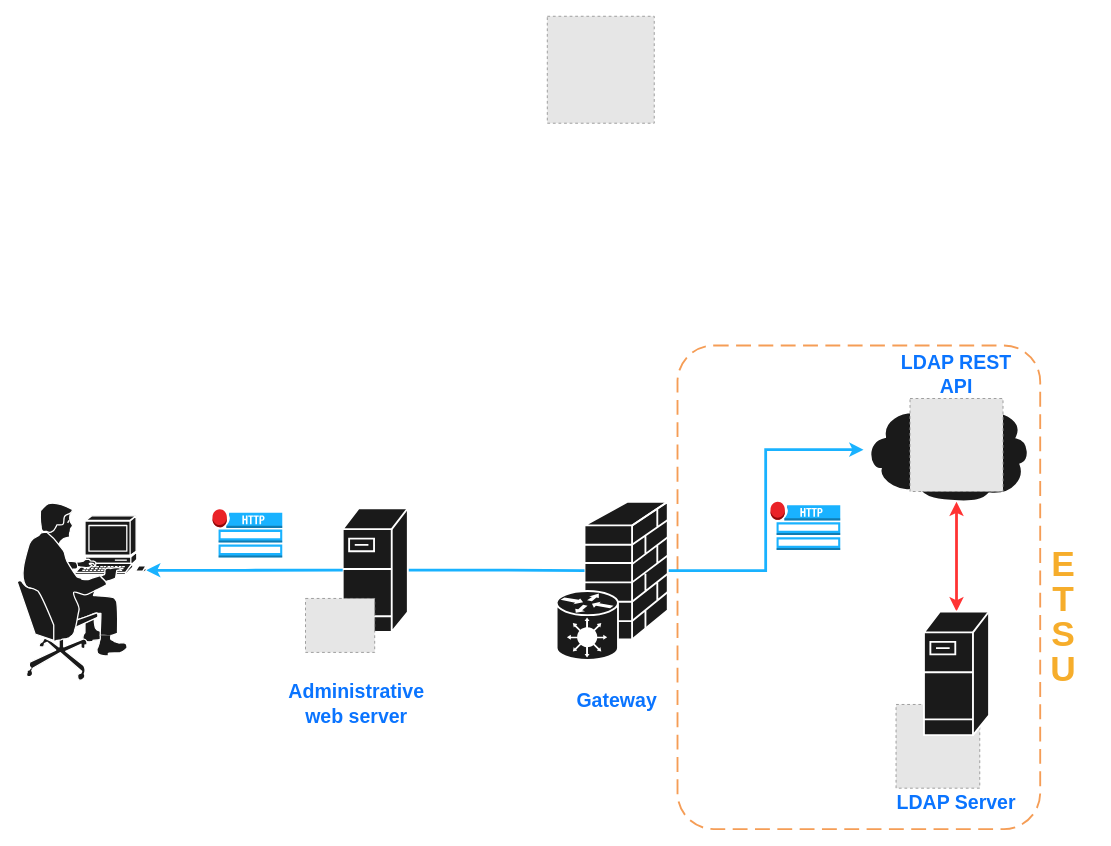
The draw.io diagram LDAP API and admin web client.drawio in haasr/ia-diagrams, before the edit. Source tidied: cells renumbered, new cells numbered last; positions are measured from the earlier drawing's top-left corner, leaving out a move shared by most shapes. Both pictures are drawn from the tidied source at 93%, with x=0, y=0 at pixel (17, 16). Pictures stored in the file or linked from it are replaced by grey dashed boxes.
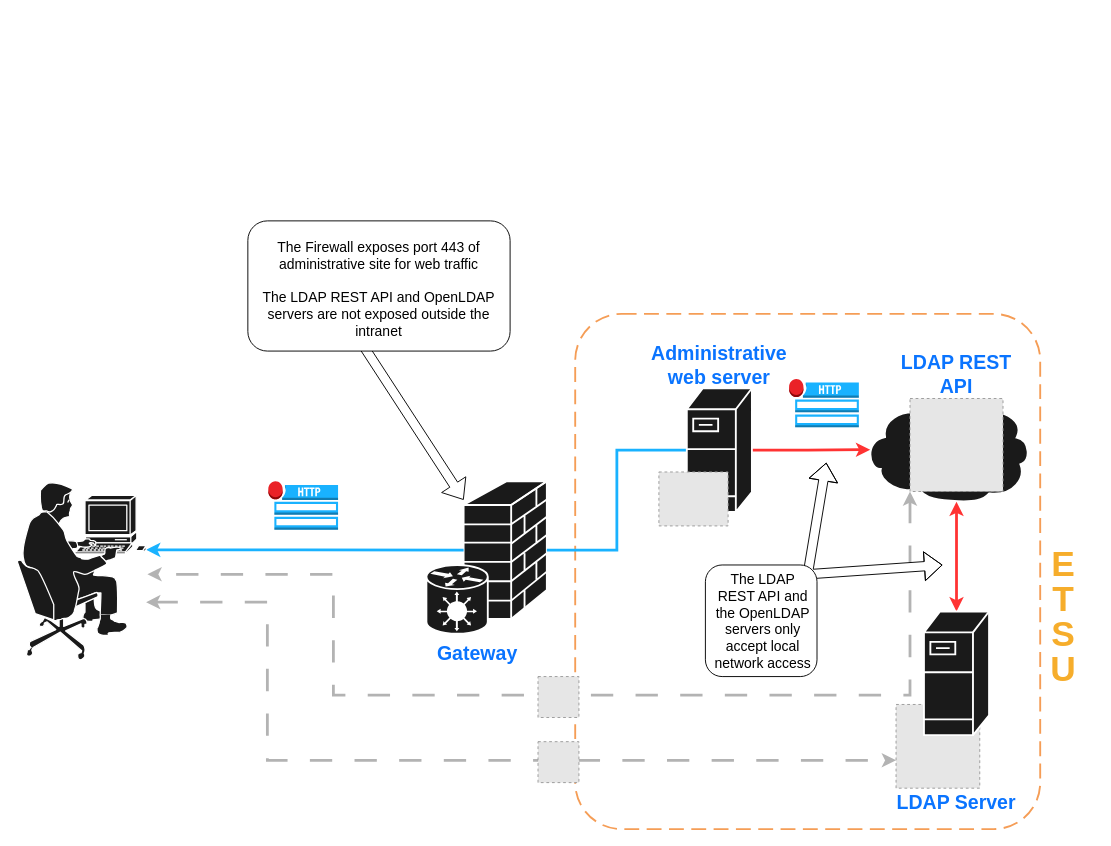
After the change.

Unchanged cells that the change refers to:
```xml
<mxCell id="4" style="shape=mxgraph.cisco.storage.cloud;sketch=0;html=1;dashed=0;fillColor=#1A1A1A;strokeColor=#ffffff;strokeWidth=2;verticalLabelPosition=bottom;verticalAlign=top;align=center;outlineConnect=0;" parent="1" vertex="1">
  <mxGeometry x="910" y="410" width="180" height="112" as="geometry" />
</mxCell>
<mxCell id="14" style="fillColor=#E6E6E6;strokeColor=#999999;dashed=1;verticalLabelPosition=bottom;labelBackgroundColor=default;verticalAlign=top;" parent="1" vertex="1">
  <mxGeometry x="960" y="411" width="100" height="100" as="geometry" />
</mxCell>
```

What changed in the source:
```diff
@@
+    <mxCell id="24" style="edgeStyle=orthogonalEdgeStyle;rounded=0;jettySize=auto;html=1;strokeWidth=3;strokeColor=#B3B3B3;dashed=1;dashPattern=8 8;startArrow=classic;startFill=1;" parent="1" edge="1" source="14" target="13">
+      <mxGeometry relative="1" as="geometry">
+        <Array as="points">
+          <mxPoint x="960" y="730" />
+          <mxPoint x="340" y="730" />
+          <mxPoint x="340" y="600" />
+        </Array>
+      </mxGeometry>
+    </mxCell>
     <mxCell id="2" style="rounded=1;arcSize=10;dashed=1;strokeColor=#F59D56;fillColor=none;gradientColor=none;dashPattern=8 4;strokeWidth=2;" parent="1" vertex="1">
-      <mxGeometry x="710" y="354" width="390" height="520" as="geometry" />
+      <mxGeometry x="600" y="320" width="500" height="554" as="geometry" />
     </mxCell>
-    <mxCell id="3" style="fillColor=#E6E6E6;strokeColor=#999999;dashed=1;verticalLabelPosition=bottom;labelBackgroundColor=default;verticalAlign=top;" parent="1" vertex="1">
-      <mxGeometry x="945" y="740" width="90" height="90" as="geometry" />
-    </mxCell>
+    <mxCell id="25" style="shape=flexArrow;endArrow=classic;startArrow=classic;html=1;rounded=0;fillColor=#FFFFFF;" parent="1" edge="1">
+      <mxGeometry relative="1" as="geometry">
+        <mxPoint x="995" y="590" as="sourcePoint" />
+        <mxPoint x="870" y="480" as="targetPoint" />
+        <Array as="points">
+          <mxPoint x="850" y="600" />
+          <mxPoint x="870" y="480" />
+        </Array>
+      </mxGeometry>
+    </mxCell>
+    <mxCell id="26" style="rounded=1;whiteSpace=wrap;html=1;" parent="1" vertex="1">
+      <mxGeometry x="740" y="590" width="120" height="120" as="geometry" />
+    </mxCell>
+    <mxCell id="27" style="shape=flexArrow;endArrow=classic;html=1;rounded=0;fillColor=#FFFFFF;" parent="1" edge="1">
+      <mxGeometry relative="1" as="geometry">
+        <mxPoint x="370" y="351" as="sourcePoint" />
+        <mxPoint x="480" y="520" as="targetPoint" />
+      </mxGeometry>
+    </mxCell>
+    <mxCell id="28" style="rounded=1;whiteSpace=wrap;html=1;" parent="1" vertex="1">
+      <mxGeometry x="248" y="220" width="282" height="140" as="geometry" />
+    </mxCell>
@@
     <mxCell id="5" style="dashed=0;verticalLabelPosition=bottom;verticalAlign=top;align=center;html=1;shape=mxgraph.aws3.http_notification;fillColor=#19B2FF;gradientColor=none;" parent="1" vertex="1">
-      <mxGeometry x="210" y="530" width="75" height="52" as="geometry" />
+      <mxGeometry x="270" y="500" width="75" height="52" as="geometry" />
     </mxCell>
-    <mxCell id="6" style="edgeStyle=orthogonalEdgeStyle;rounded=0;jettySize=auto;html=1;exitX=1;exitY=0.5;exitDx=0;exitDy=0;exitPerimeter=0;strokeColor=#19B2FF;strokeWidth=3;" parent="1" edge="1" source="7" target="4">
+    <mxCell id="6" style="edgeStyle=orthogonalEdgeStyle;rounded=0;jettySize=auto;html=1;exitX=1;exitY=0.5;exitDx=0;exitDy=0;exitPerimeter=0;strokeColor=#FF3333;strokeWidth=3;entryX=0.04;entryY=0.5;entryDx=0;entryDy=0;entryPerimeter=0;" parent="1" edge="1" source="10" target="4">
       <mxGeometry relative="1" as="geometry" />
     </mxCell>
     <mxCell id="7" style="shape=mxgraph.cisco.security.firewall;sketch=0;html=1;dashed=0;fillColor=#1A1A1A;strokeColor=#ffffff;strokeWidth=2;verticalLabelPosition=bottom;verticalAlign=top;align=center;outlineConnect=0;" parent="1" vertex="1">
-      <mxGeometry x="610" y="522" width="89.5" height="148" as="geometry" />
+      <mxGeometry x="480" y="500" width="89.5" height="148" as="geometry" />
     </mxCell>
     <mxCell id="8" style="shape=mxgraph.cisco.hubs_and_gateways.generic_gateway;sketch=0;html=1;dashed=0;fillColor=#1A1A1A;strokeColor=#ffffff;strokeWidth=2;verticalLabelPosition=bottom;verticalAlign=top;align=center;" parent="1" vertex="1">
-      <mxGeometry x="580" y="618" width="66" height="74" as="geometry" />
+      <mxGeometry x="440" y="590" width="66" height="74" as="geometry" />
     </mxCell>
-    <mxCell id="9" style="edgeStyle=orthogonalEdgeStyle;rounded=0;jettySize=auto;html=1;exitX=1;exitY=0.5;exitDx=0;exitDy=0;exitPerimeter=0;entryX=0;entryY=0.5;entryDx=0;entryDy=0;entryPerimeter=0;endArrow=none;endFill=0;strokeWidth=3;strokeColor=#19B2FF;" parent="1" edge="1" source="10" target="7">
-      <mxGeometry relative="1" as="geometry" />
-    </mxCell>
-    <mxCell id="10" style="shape=mxgraph.cisco.servers.fileserver;sketch=0;html=1;dashed=0;fillColor=#1A1A1A;strokeColor=#ffffff;strokeWidth=2;verticalLabelPosition=bottom;verticalAlign=top;align=center;outlineConnect=0;" parent="1" vertex="1">
-      <mxGeometry x="350" y="529" width="70" height="133" as="geometry" />
-    </mxCell>
-    <mxCell id="11" style="fillColor=#E6E6E6;strokeColor=#999999;dashed=1;verticalLabelPosition=bottom;labelBackgroundColor=default;verticalAlign=top;" parent="1" vertex="1">
-      <mxGeometry x="310" y="626" width="74.4" height="58" as="geometry" />
-    </mxCell>
-    <mxCell id="12" style="edgeStyle=orthogonalEdgeStyle;rounded=0;jettySize=auto;html=1;exitX=0.99;exitY=0.38;exitDx=0;exitDy=0;exitPerimeter=0;startArrow=classic;startFill=1;strokeColor=#19B2FF;strokeWidth=3;endArrow=none;endFill=0;" parent="1" edge="1" source="13" target="10">
-      <mxGeometry relative="1" as="geometry" />
-    </mxCell>
+    <mxCell id="29" style="edgeStyle=orthogonalEdgeStyle;rounded=0;jettySize=auto;html=1;exitX=0.99;exitY=0.38;exitDx=0;exitDy=0;exitPerimeter=0;entryX=0;entryY=0.5;entryDx=0;entryDy=0;entryPerimeter=0;endArrow=none;endFill=0;startArrow=classic;startFill=1;strokeWidth=3;strokeColor=#19B2FF;" parent="1" edge="1" source="13" target="7">
+      <mxGeometry relative="1" as="geometry" />
+    </mxCell>
+    <mxCell id="30" style="edgeStyle=orthogonalEdgeStyle;rounded=0;jettySize=auto;html=1;startArrow=classic;startFill=1;strokeWidth=3;strokeColor=#B3B3B3;dashed=1;dashPattern=8 8;" parent="1" edge="1" target="3">
+      <mxGeometry relative="1" as="geometry">
+        <mxPoint x="138.6" y="630" as="sourcePoint" />
+        <Array as="points">
+          <mxPoint x="269" y="630" />
+          <mxPoint x="269" y="800" />
+        </Array>
+      </mxGeometry>
+    </mxCell>
     <mxCell id="13" style="shape=mxgraph.cisco.people.pc_man;sketch=0;html=1;dashed=0;fillColor=#1A1A1A;strokeColor=#ffffff;strokeWidth=2;verticalLabelPosition=bottom;verticalAlign=top;align=center;outlineConnect=0;" parent="1" vertex="1">
-      <mxGeometry y="522" width="140" height="194" as="geometry" />
+      <mxGeometry y="500" width="140" height="194" as="geometry" />
     </mxCell>
@@
     <mxCell id="15" value="&lt;font color=&quot;#0a74ff&quot; style=&quot;font-size: 21px;&quot;&gt;&lt;b&gt;Administrative web server&lt;/b&gt;&lt;/font&gt;" style="text;html=1;strokeColor=none;fillColor=none;align=center;verticalAlign=middle;whiteSpace=wrap;rounded=0;" parent="1" vertex="1">
-      <mxGeometry x="300" y="724" width="130" height="30" as="geometry" />
+      <mxGeometry x="690" y="360" width="130" height="30" as="geometry" />
     </mxCell>
     <mxCell id="16" value="&lt;font color=&quot;#0a74ff&quot; style=&quot;font-size: 21px;&quot;&gt;&lt;b&gt;Gateway&lt;/b&gt;&lt;/font&gt;" style="text;html=1;strokeColor=none;fillColor=none;align=center;verticalAlign=middle;whiteSpace=wrap;rounded=0;" parent="1" vertex="1">
-      <mxGeometry x="580" y="720" width="130" height="30" as="geometry" />
+      <mxGeometry x="430" y="670" width="130" height="30" as="geometry" />
     </mxCell>
@@
+    <mxCell id="22" style="dashed=0;verticalLabelPosition=bottom;verticalAlign=top;align=center;html=1;shape=mxgraph.aws3.http_notification;fillColor=#19B2FF;gradientColor=none;" parent="1" vertex="1">
+      <mxGeometry x="830" y="390" width="75" height="52" as="geometry" />
+    </mxCell>
+    <mxCell id="31" style="edgeStyle=orthogonalEdgeStyle;rounded=0;jettySize=auto;html=1;exitX=1;exitY=0.5;exitDx=0;exitDy=0;exitPerimeter=0;strokeColor=#19B2FF;strokeWidth=3;entryX=0.04;entryY=0.5;entryDx=0;entryDy=0;entryPerimeter=0;endArrow=none;endFill=0;" parent="1" edge="1" source="7" target="10">
+      <mxGeometry relative="1" as="geometry" />
+    </mxCell>
+    <mxCell id="10" style="shape=mxgraph.cisco.servers.fileserver;sketch=0;html=1;dashed=0;fillColor=#1A1A1A;strokeColor=#ffffff;strokeWidth=2;verticalLabelPosition=bottom;verticalAlign=top;align=center;outlineConnect=0;" parent="1" vertex="1">
+      <mxGeometry x="720" y="400" width="70" height="133" as="geometry" />
+    </mxCell>
+    <mxCell id="32" value="&lt;font style=&quot;font-size: 15px;&quot;&gt;&lt;span style=&quot;&quot;&gt;The Firewall exposes port 443 of administrative site for web traffic&lt;/span&gt;&lt;br&gt;&lt;br&gt;&lt;font style=&quot;font-size: 15px;&quot;&gt;The LDAP REST API and OpenLDAP servers are not exposed outside the intranet&lt;/font&gt;&lt;br&gt;&lt;/font&gt;" style="text;html=1;strokeColor=none;fillColor=none;align=center;verticalAlign=middle;whiteSpace=wrap;rounded=0;" parent="1" vertex="1">
+      <mxGeometry x="261" y="240" width="256" height="105" as="geometry" />
+    </mxCell>
+    <mxCell id="11" style="fillColor=#E6E6E6;strokeColor=#999999;dashed=1;verticalLabelPosition=bottom;labelBackgroundColor=default;verticalAlign=top;" parent="1" vertex="1">
+      <mxGeometry x="690" y="490" width="74.4" height="58" as="geometry" />
+    </mxCell>
+    <mxCell id="3" style="fillColor=#E6E6E6;strokeColor=#999999;dashed=1;verticalLabelPosition=bottom;labelBackgroundColor=default;verticalAlign=top;" parent="1" vertex="1">
+      <mxGeometry x="945" y="740" width="90" height="90" as="geometry" />
+    </mxCell>
+    <mxCell id="33" style="fillColor=#E6E6E6;strokeColor=#999999;dashed=1;verticalLabelPosition=bottom;labelBackgroundColor=default;verticalAlign=top;" parent="1" vertex="1">
+      <mxGeometry x="560" y="780" width="44" height="44" as="geometry" />
+    </mxCell>
+    <mxCell id="34" style="fillColor=#E6E6E6;strokeColor=#999999;dashed=1;verticalLabelPosition=bottom;labelBackgroundColor=default;verticalAlign=top;" parent="1" vertex="1">
+      <mxGeometry x="560" y="710" width="44" height="44" as="geometry" />
+    </mxCell>
@@
-    <mxCell id="22" style="dashed=0;verticalLabelPosition=bottom;verticalAlign=top;align=center;html=1;shape=mxgraph.aws3.http_notification;fillColor=#19B2FF;gradientColor=none;" parent="1" vertex="1">
-      <mxGeometry x="810" y="522" width="75" height="52" as="geometry" />
-    </mxCell>
-    <mxCell id="23" style="fillColor=#E6E6E6;strokeColor=#999999;dashed=1;verticalLabelPosition=bottom;labelBackgroundColor=default;verticalAlign=top;" parent="1" vertex="1">
-      <mxGeometry x="570" width="115" height="115" as="geometry" />
-    </mxCell>
+    <mxCell id="35" value="&lt;font style=&quot;font-size: 15px;&quot;&gt;The LDAP REST API and the OpenLDAP servers only accept local network access&lt;/font&gt;" style="text;html=1;strokeColor=none;fillColor=none;align=center;verticalAlign=middle;whiteSpace=wrap;rounded=0;" parent="1" vertex="1">
+      <mxGeometry x="749" y="600" width="106" height="100" as="geometry" />
+    </mxCell>
```
